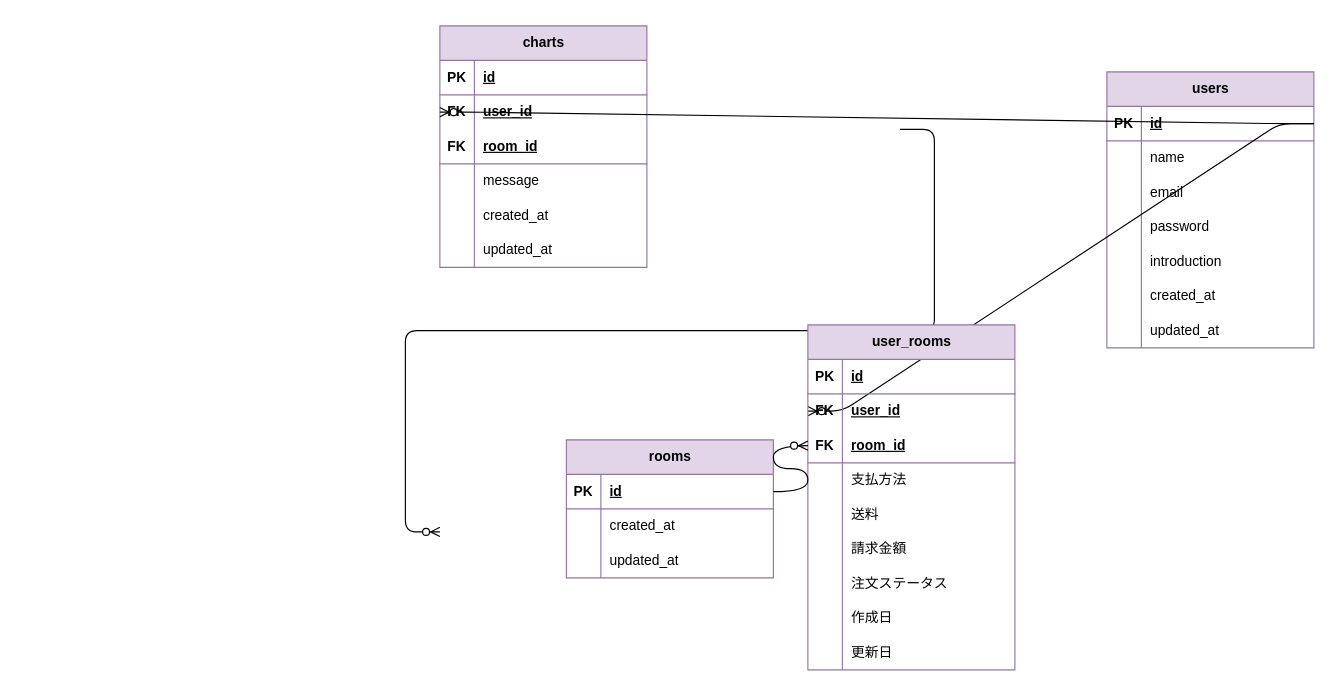
The draw.io diagram DM機能.drawio in Ganmo3/drawio, before the edit. Source tidied: cells renumbered, new cells numbered last; positions are measured from the earlier drawing's top-left corner, leaving out a move shared by most shapes. Both pictures are drawn from the tidied source at 115%, with x=0, y=0 at pixel (313, 25).
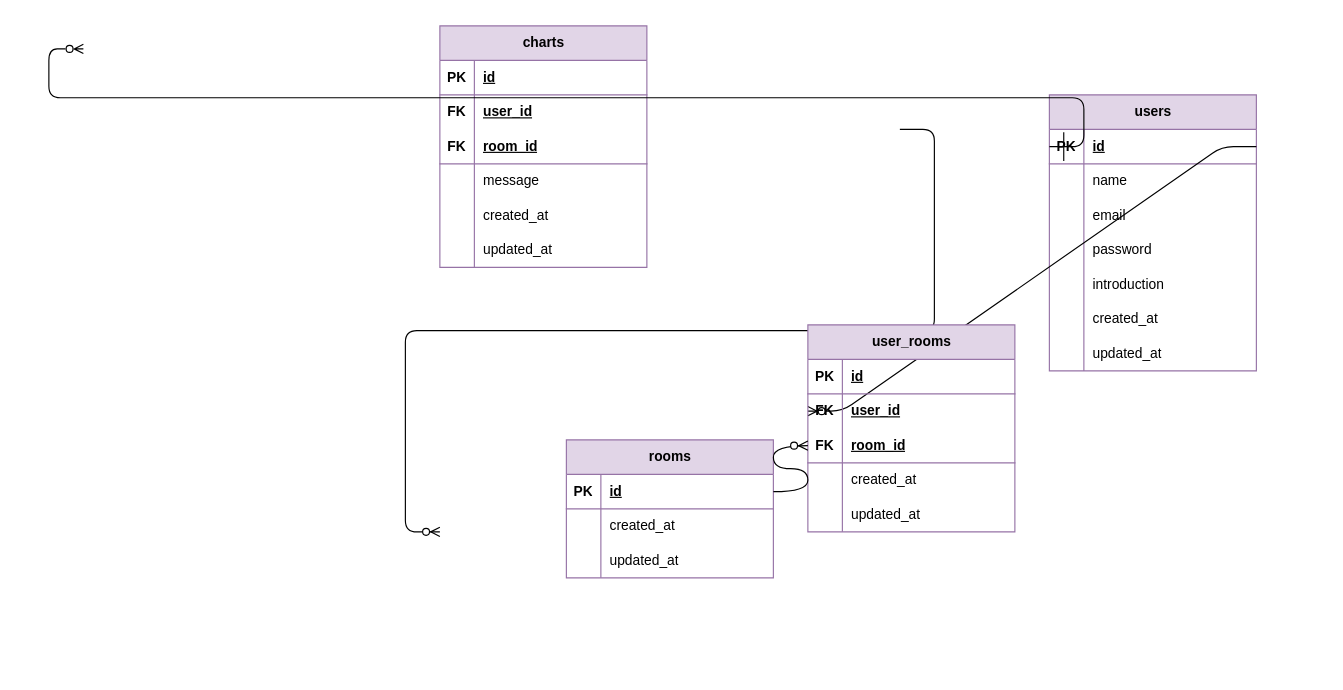
Above is the later version.

Commit message (it also covers changes not shown here):
DM機能.drawio を更新します

Unchanged cells that the change refers to:
```xml
<mxCell id="3" style="shape=tableRow;horizontal=0;startSize=0;swimlaneHead=0;swimlaneBody=0;fillColor=none;points=[[0,0.5],[1,0.5]];portConstraint=eastwest;top=0;left=0;right=0;bottom=1;strokeColor=#9673a6;fontFamily=Helvetica;fontSize=12;fontColor=default;html=1;" parent="2" vertex="1">
  <mxGeometry y="30" width="180" height="30" as="geometry" />
</mxCell>
<mxCell id="33" style="shape=tableRow;horizontal=0;startSize=0;swimlaneHead=0;swimlaneBody=0;fillColor=none;points=[[0,0.5],[1,0.5]];portConstraint=eastwest;top=0;left=0;right=0;bottom=0;strokeColor=#9673a6;fontFamily=Helvetica;fontSize=12;fontColor=default;html=1;" parent="29" vertex="1">
  <mxGeometry y="60" width="180" height="30" as="geometry" />
</mxCell>
```

The edit, as a diff of the source:
```diff
@@
     <mxCell id="2" value="&lt;font color=&quot;#000000&quot;&gt;users&lt;/font&gt;" style="shape=table;startSize=30;childLayout=tableLayout;rowLines=0;fontStyle=1;align=center;html=1;strokeColor=#9673a6;fontFamily=Helvetica;fontSize=12;fontColor=default;fillColor=#e1d5e7;" parent="1" vertex="1">
-      <mxGeometry x="690" y="40" width="180" height="240" as="geometry" />
+      <mxGeometry x="640" y="60" width="180" height="240" as="geometry" />
     </mxCell>
@@
-    <mxCell id="48" style="edgeStyle=entityRelationEdgeStyle;fontSize=12;html=1;endArrow=ERzeroToMany;endFill=1;fontFamily=Helvetica;fontColor=default;startSize=23;exitX=1;exitY=0.5;exitDx=0;exitDy=0;entryX=0;entryY=0.5;entryDx=0;entryDy=0;rounded=1;" parent="1" edge="1" source="3" target="33">
-      <mxGeometry relative="1" as="geometry" />
+    <mxCell id="48" style="edgeStyle=entityRelationEdgeStyle;fontSize=12;html=1;endArrow=ERzeroToMany;endFill=0;fontFamily=Helvetica;fontColor=default;startSize=23;exitX=0;exitY=0.5;exitDx=0;exitDy=0;entryX=0;entryY=0.5;entryDx=0;entryDy=0;rounded=1;startArrow=ERone;startFill=0;" parent="1" edge="1" source="3">
+      <mxGeometry relative="1" as="geometry">
+        <mxPoint x="-200" y="20" as="targetPoint" />
+        <Array as="points">
+          <mxPoint x="410" y="105" />
+        </Array>
+      </mxGeometry>
     </mxCell>
@@
     <mxCell id="62" value="&lt;font color=&quot;#000000&quot;&gt;user_rooms&lt;/font&gt;" style="shape=table;startSize=30;childLayout=tableLayout;rowLines=0;fontStyle=1;align=center;html=1;strokeColor=#9673a6;fontFamily=Helvetica;fontSize=12;fontColor=default;fillColor=#e1d5e7;" parent="1" vertex="1">
-      <mxGeometry x="430" y="260" width="180" height="300" as="geometry" />
+      <mxGeometry x="430" y="260" width="180" height="180" as="geometry" />
     </mxCell>
@@
-    <mxCell id="72" style="shape=tableRow;horizontal=0;startSize=0;swimlaneHead=0;swimlaneBody=0;fillColor=none;top=0;left=0;right=0;bottom=0;strokeColor=#9673a6;fontFamily=Helvetica;fontSize=12;fontColor=default;html=1;" parent="62" vertex="1">
-      <mxGeometry y="120" width="180" height="30" as="geometry" />
-    </mxCell>
-    <mxCell id="73" style="shape=partialRectangle;fillColor=none;top=0;left=0;bottom=0;right=0;overflow=hidden;whiteSpace=wrap;html=1;strokeColor=#9673a6;fontFamily=Helvetica;fontSize=12;fontColor=default;startSize=23;" parent="72" vertex="1">
-      <mxGeometry width="30" height="30" as="geometry" />
-    </mxCell>
-    <mxCell id="74" value="支払方法" style="shape=partialRectangle;fillColor=none;top=0;left=0;bottom=0;right=0;align=left;spacingLeft=6;overflow=hidden;whiteSpace=wrap;html=1;strokeColor=#9673a6;fontFamily=Helvetica;fontSize=12;fontColor=default;startSize=23;" parent="72" vertex="1">
-      <mxGeometry x="30" width="150" height="30" as="geometry" />
-    </mxCell>
-    <mxCell id="75" style="shape=tableRow;horizontal=0;startSize=0;swimlaneHead=0;swimlaneBody=0;fillColor=none;top=0;left=0;right=0;bottom=0;strokeColor=#9673a6;fontFamily=Helvetica;fontSize=12;fontColor=default;html=1;" parent="62" vertex="1">
-      <mxGeometry y="150" width="180" height="30" as="geometry" />
-    </mxCell>
-    <mxCell id="76" style="shape=partialRectangle;fillColor=none;top=0;left=0;bottom=0;right=0;overflow=hidden;whiteSpace=wrap;html=1;strokeColor=#9673a6;fontFamily=Helvetica;fontSize=12;fontColor=default;startSize=23;" parent="75" vertex="1">
-      <mxGeometry width="30" height="30" as="geometry" />
-    </mxCell>
-    <mxCell id="77" value="送料" style="shape=partialRectangle;fillColor=none;top=0;left=0;bottom=0;right=0;align=left;spacingLeft=6;overflow=hidden;whiteSpace=wrap;html=1;strokeColor=#9673a6;fontFamily=Helvetica;fontSize=12;fontColor=default;startSize=23;" parent="75" vertex="1">
-      <mxGeometry x="30" width="150" height="30" as="geometry" />
-    </mxCell>
-    <mxCell id="78" style="shape=tableRow;horizontal=0;startSize=0;swimlaneHead=0;swimlaneBody=0;fillColor=none;top=0;left=0;right=0;bottom=0;strokeColor=#9673a6;fontFamily=Helvetica;fontSize=12;fontColor=default;html=1;" parent="62" vertex="1">
-      <mxGeometry y="180" width="180" height="30" as="geometry" />
-    </mxCell>
-    <mxCell id="79" style="shape=partialRectangle;fillColor=none;top=0;left=0;bottom=0;right=0;overflow=hidden;whiteSpace=wrap;html=1;strokeColor=#9673a6;fontFamily=Helvetica;fontSize=12;fontColor=default;startSize=23;" parent="78" vertex="1">
-      <mxGeometry width="30" height="30" as="geometry" />
-    </mxCell>
-    <mxCell id="80" value="請求金額" style="shape=partialRectangle;fillColor=none;top=0;left=0;bottom=0;right=0;align=left;spacingLeft=6;overflow=hidden;whiteSpace=wrap;html=1;strokeColor=#9673a6;fontFamily=Helvetica;fontSize=12;fontColor=default;startSize=23;" parent="78" vertex="1">
-      <mxGeometry x="30" width="150" height="30" as="geometry" />
-    </mxCell>
-    <mxCell id="81" style="shape=tableRow;horizontal=0;startSize=0;swimlaneHead=0;swimlaneBody=0;fillColor=none;top=0;left=0;right=0;bottom=0;strokeColor=#9673a6;fontFamily=Helvetica;fontSize=12;fontColor=default;html=1;" parent="62" vertex="1">
-      <mxGeometry y="210" width="180" height="30" as="geometry" />
-    </mxCell>
-    <mxCell id="82" style="shape=partialRectangle;fillColor=none;top=0;left=0;bottom=0;right=0;overflow=hidden;whiteSpace=wrap;html=1;strokeColor=#9673a6;fontFamily=Helvetica;fontSize=12;fontColor=default;startSize=23;" parent="81" vertex="1">
-      <mxGeometry width="30" height="30" as="geometry" />
-    </mxCell>
-    <mxCell id="83" value="注文ステータス" style="shape=partialRectangle;fillColor=none;top=0;left=0;bottom=0;right=0;align=left;spacingLeft=6;overflow=hidden;whiteSpace=wrap;html=1;strokeColor=#9673a6;fontFamily=Helvetica;fontSize=12;fontColor=default;startSize=23;" parent="81" vertex="1">
-      <mxGeometry x="30" width="150" height="30" as="geometry" />
-    </mxCell>
     <mxCell id="84" style="shape=tableRow;horizontal=0;startSize=0;swimlaneHead=0;swimlaneBody=0;fillColor=none;top=0;left=0;right=0;bottom=0;strokeColor=#9673a6;fontFamily=Helvetica;fontSize=12;fontColor=default;html=1;" parent="62" vertex="1">
-      <mxGeometry y="240" width="180" height="30" as="geometry" />
+      <mxGeometry y="120" width="180" height="30" as="geometry" />
     </mxCell>
@@
-    <mxCell id="86" value="作成日" style="shape=partialRectangle;fillColor=none;top=0;left=0;bottom=0;right=0;align=left;spacingLeft=6;overflow=hidden;whiteSpace=wrap;html=1;strokeColor=#9673a6;fontFamily=Helvetica;fontSize=12;fontColor=default;startSize=23;" parent="84" vertex="1">
+    <mxCell id="86" value="created_at" style="shape=partialRectangle;fillColor=none;top=0;left=0;bottom=0;right=0;align=left;spacingLeft=6;overflow=hidden;whiteSpace=wrap;html=1;strokeColor=#9673a6;fontFamily=Helvetica;fontSize=12;fontColor=default;startSize=23;" parent="84" vertex="1">
       <mxGeometry x="30" width="150" height="30" as="geometry" />
     </mxCell>
     <mxCell id="87" style="shape=tableRow;horizontal=0;startSize=0;swimlaneHead=0;swimlaneBody=0;fillColor=none;top=0;left=0;right=0;bottom=0;strokeColor=#9673a6;fontFamily=Helvetica;fontSize=12;fontColor=default;html=1;" parent="62" vertex="1">
-      <mxGeometry y="270" width="180" height="30" as="geometry" />
+      <mxGeometry y="150" width="180" height="30" as="geometry" />
     </mxCell>
@@
-    <mxCell id="89" value="更新日" style="shape=partialRectangle;fillColor=none;top=0;left=0;bottom=0;right=0;align=left;spacingLeft=6;overflow=hidden;whiteSpace=wrap;html=1;strokeColor=#9673a6;fontFamily=Helvetica;fontSize=12;fontColor=default;startSize=23;" parent="87" vertex="1">
+    <mxCell id="89" value="updated_at" style="shape=partialRectangle;fillColor=none;top=0;left=0;bottom=0;right=0;align=left;spacingLeft=6;overflow=hidden;whiteSpace=wrap;html=1;strokeColor=#9673a6;fontFamily=Helvetica;fontSize=12;fontColor=default;startSize=23;" parent="87" vertex="1">
       <mxGeometry x="30" width="150" height="30" as="geometry" />
     </mxCell>
```
